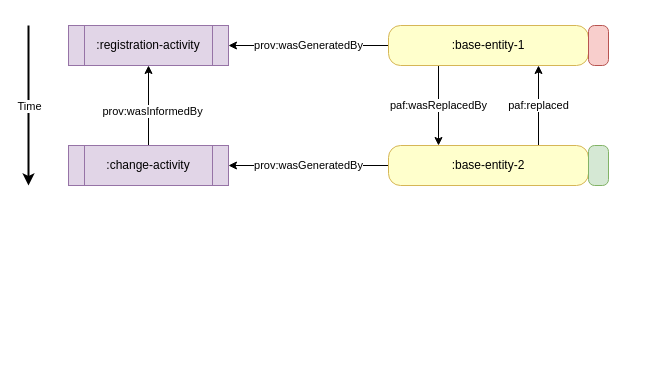
Before: img/design_principles_change.drawio in swiss/paf-link, a draw.io diagram. Source tidied: cells renumbered, new cells numbered last; positions are measured from the earlier drawing's top-left corner, leaving out a move shared by most shapes. Both pictures are drawn from the tidied source at 100%, with x=0, y=0 at pixel (28, 25).
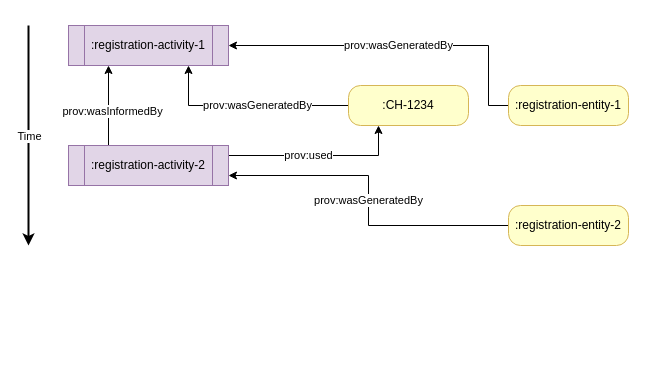
Above is the later version.

What changed in the source:
```diff
@@
 <mxGraphModel>
   <root>
     <mxCell id="0" />
     <mxCell id="1" parent="0" />
-    <mxCell id="2" value="prov:wasGeneratedBy" style="edgeStyle=none;html=1;exitX=0;exitY=0.5;exitDx=0;exitDy=0;entryX=1;entryY=0.5;entryDx=0;entryDy=0;" parent="1" edge="1" source="4" target="5">
-      <mxGeometry relative="1" as="geometry" />
-    </mxCell>
-    <mxCell id="3" value="paf:wasReplacedBy" style="edgeStyle=none;html=1;exitX=0.25;exitY=1;exitDx=0;exitDy=0;entryX=0.25;entryY=0;entryDx=0;entryDy=0;" parent="1" edge="1" source="4" target="13">
-      <mxGeometry relative="1" as="geometry" />
-    </mxCell>
+    <mxCell id="16" value="prov:wasGeneratedBy" style="edgeStyle=orthogonalEdgeStyle;rounded=0;html=1;exitX=0;exitY=0.5;exitDx=0;exitDy=0;entryX=0.75;entryY=1;entryDx=0;entryDy=0;" parent="1" edge="1" source="4" target="5">
+      <mxGeometry x="-0.09" relative="1" as="geometry" />
+    </mxCell>
-    <mxCell id="4" value=":base-entity-1" style="rounded=1;whiteSpace=wrap;html=1;fillColor=#FFFFCC;strokeColor=#d6b656;arcSize=30;" parent="1" vertex="1">
-      <mxGeometry x="360" width="200" height="40" as="geometry" />
+    <mxCell id="4" value=":CH-1234" style="rounded=1;whiteSpace=wrap;html=1;fillColor=#FFFFCC;strokeColor=#d6b656;arcSize=30;" parent="1" vertex="1">
+      <mxGeometry x="320" y="60" width="120" height="40" as="geometry" />
     </mxCell>
-    <mxCell id="5" value=":registration-activity" style="shape=process;whiteSpace=wrap;html=1;backgroundOutline=1;fillColor=#e1d5e7;strokeColor=#9673a6;" parent="1" vertex="1">
+    <mxCell id="5" value=":registration-activity-1" style="shape=process;whiteSpace=wrap;html=1;backgroundOutline=1;fillColor=#e1d5e7;strokeColor=#9673a6;" parent="1" vertex="1">
       <mxGeometry x="40" width="160" height="40" as="geometry" />
     </mxCell>
     <mxCell id="6" style="endArrow=classic;html=1;strokeWidth=2;" parent="1" edge="1">
       <mxGeometry relative="1" as="geometry">
         <mxPoint as="sourcePoint" />
-        <mxPoint y="160" as="targetPoint" />
+        <mxPoint y="220" as="targetPoint" />
       </mxGeometry>
     </mxCell>
     <mxCell id="7" value="Time" style="edgeLabel;html=1;align=center;verticalAlign=middle;" parent="6" vertex="1">
       <mxGeometry relative="1" as="geometry" />
     </mxCell>
-    <mxCell id="8" style="edgeStyle=none;html=1;exitX=0.5;exitY=0;exitDx=0;exitDy=0;entryX=0.5;entryY=1;entryDx=0;entryDy=0;" parent="1" edge="1" source="10" target="5">
+    <mxCell id="8" style="edgeStyle=none;html=1;entryX=0.25;entryY=1;entryDx=0;entryDy=0;exitX=0.25;exitY=0;exitDx=0;exitDy=0;" parent="1" edge="1" source="10" target="5">
       <mxGeometry relative="1" as="geometry" />
     </mxCell>
     <mxCell id="9" value="prov:wasInformedBy" style="edgeLabel;html=1;align=center;verticalAlign=middle;" parent="8" vertex="1">
       <mxGeometry x="-0.12" y="-3" relative="1" as="geometry" />
     </mxCell>
+    <mxCell id="17" value="prov:used" style="edgeStyle=orthogonalEdgeStyle;rounded=0;jumpStyle=arc;html=1;exitX=1;exitY=0.25;exitDx=0;exitDy=0;entryX=0.25;entryY=1;entryDx=0;entryDy=0;startArrow=none;startFill=0;endArrow=classic;endFill=1;" parent="1" edge="1" source="10" target="4">
+      <mxGeometry x="-0.11" relative="1" as="geometry" />
+    </mxCell>
-    <mxCell id="10" value=":change-activity" style="shape=process;whiteSpace=wrap;html=1;backgroundOutline=1;fillColor=#e1d5e7;strokeColor=#9673a6;" parent="1" vertex="1">
+    <mxCell id="10" value=":registration-activity-2" style="shape=process;whiteSpace=wrap;html=1;backgroundOutline=1;fillColor=#e1d5e7;strokeColor=#9673a6;" parent="1" vertex="1">
       <mxGeometry x="40" y="120" width="160" height="40" as="geometry" />
     </mxCell>
-    <mxCell id="11" value="prov:wasGeneratedBy" style="edgeStyle=none;html=1;exitX=0;exitY=0.5;exitDx=0;exitDy=0;entryX=1;entryY=0.5;entryDx=0;entryDy=0;" parent="1" edge="1" source="13" target="10">
-      <mxGeometry relative="1" as="geometry" />
-    </mxCell>
-    <mxCell id="12" value="paf:replaced" style="edgeStyle=none;html=1;exitX=0.75;exitY=0;exitDx=0;exitDy=0;entryX=0.75;entryY=1;entryDx=0;entryDy=0;" parent="1" edge="1" source="13" target="4">
-      <mxGeometry relative="1" as="geometry" />
-    </mxCell>
-    <mxCell id="13" value=":base-entity-2" style="rounded=1;whiteSpace=wrap;html=1;fillColor=#FFFFCC;strokeColor=#d6b656;arcSize=30;" parent="1" vertex="1">
-      <mxGeometry x="360" y="120" width="200" height="40" as="geometry" />
-    </mxCell>
-    <mxCell id="14" style="rounded=1;whiteSpace=wrap;html=1;fillColor=#f8cecc;strokeColor=#b85450;arcSize=30;" parent="1" vertex="1">
-      <mxGeometry x="560" width="20" height="40" as="geometry" />
-    </mxCell>
-    <mxCell id="15" style="rounded=1;whiteSpace=wrap;html=1;fillColor=#d5e8d4;strokeColor=#82b366;arcSize=30;" parent="1" vertex="1">
-      <mxGeometry x="560" y="120" width="20" height="40" as="geometry" />
-    </mxCell>
+    <mxCell id="2" style="edgeStyle=none;html=1;" parent="1" edge="1">
+      <mxGeometry relative="1" as="geometry">
+        <mxPoint x="280" y="340" as="sourcePoint" />
+        <mxPoint x="280" y="340" as="targetPoint" />
+      </mxGeometry>
+    </mxCell>
+    <mxCell id="18" value="prov:wasGeneratedBy" style="edgeStyle=orthogonalEdgeStyle;rounded=0;jumpStyle=arc;html=1;exitX=0;exitY=0.5;exitDx=0;exitDy=0;entryX=1;entryY=0.5;entryDx=0;entryDy=0;startArrow=none;startFill=0;endArrow=classic;endFill=1;" parent="1" edge="1" source="19" target="5">
+      <mxGeometry relative="1" as="geometry">
+        <Array as="points">
+          <mxPoint x="460" y="80" />
+          <mxPoint x="460" y="20" />
+        </Array>
+      </mxGeometry>
+    </mxCell>
+    <mxCell id="19" value=":registration-entity-1" style="rounded=1;whiteSpace=wrap;html=1;fillColor=#FFFFCC;strokeColor=#d6b656;arcSize=30;" parent="1" vertex="1">
+      <mxGeometry x="480" y="60" width="120" height="40" as="geometry" />
+    </mxCell>
+    <mxCell id="20" value="prov:wasGeneratedBy" style="edgeStyle=orthogonalEdgeStyle;html=1;exitX=0;exitY=0.5;exitDx=0;exitDy=0;entryX=1;entryY=0.75;entryDx=0;entryDy=0;rounded=0;" parent="1" edge="1" source="21" target="10">
+      <mxGeometry relative="1" as="geometry" />
+    </mxCell>
+    <mxCell id="21" value=":registration-entity-2" style="rounded=1;whiteSpace=wrap;html=1;fillColor=#FFFFCC;strokeColor=#d6b656;arcSize=30;" parent="1" vertex="1">
+      <mxGeometry x="480" y="180" width="120" height="40" as="geometry" />
+    </mxCell>
   </root>
 </mxGraphModel>
```
